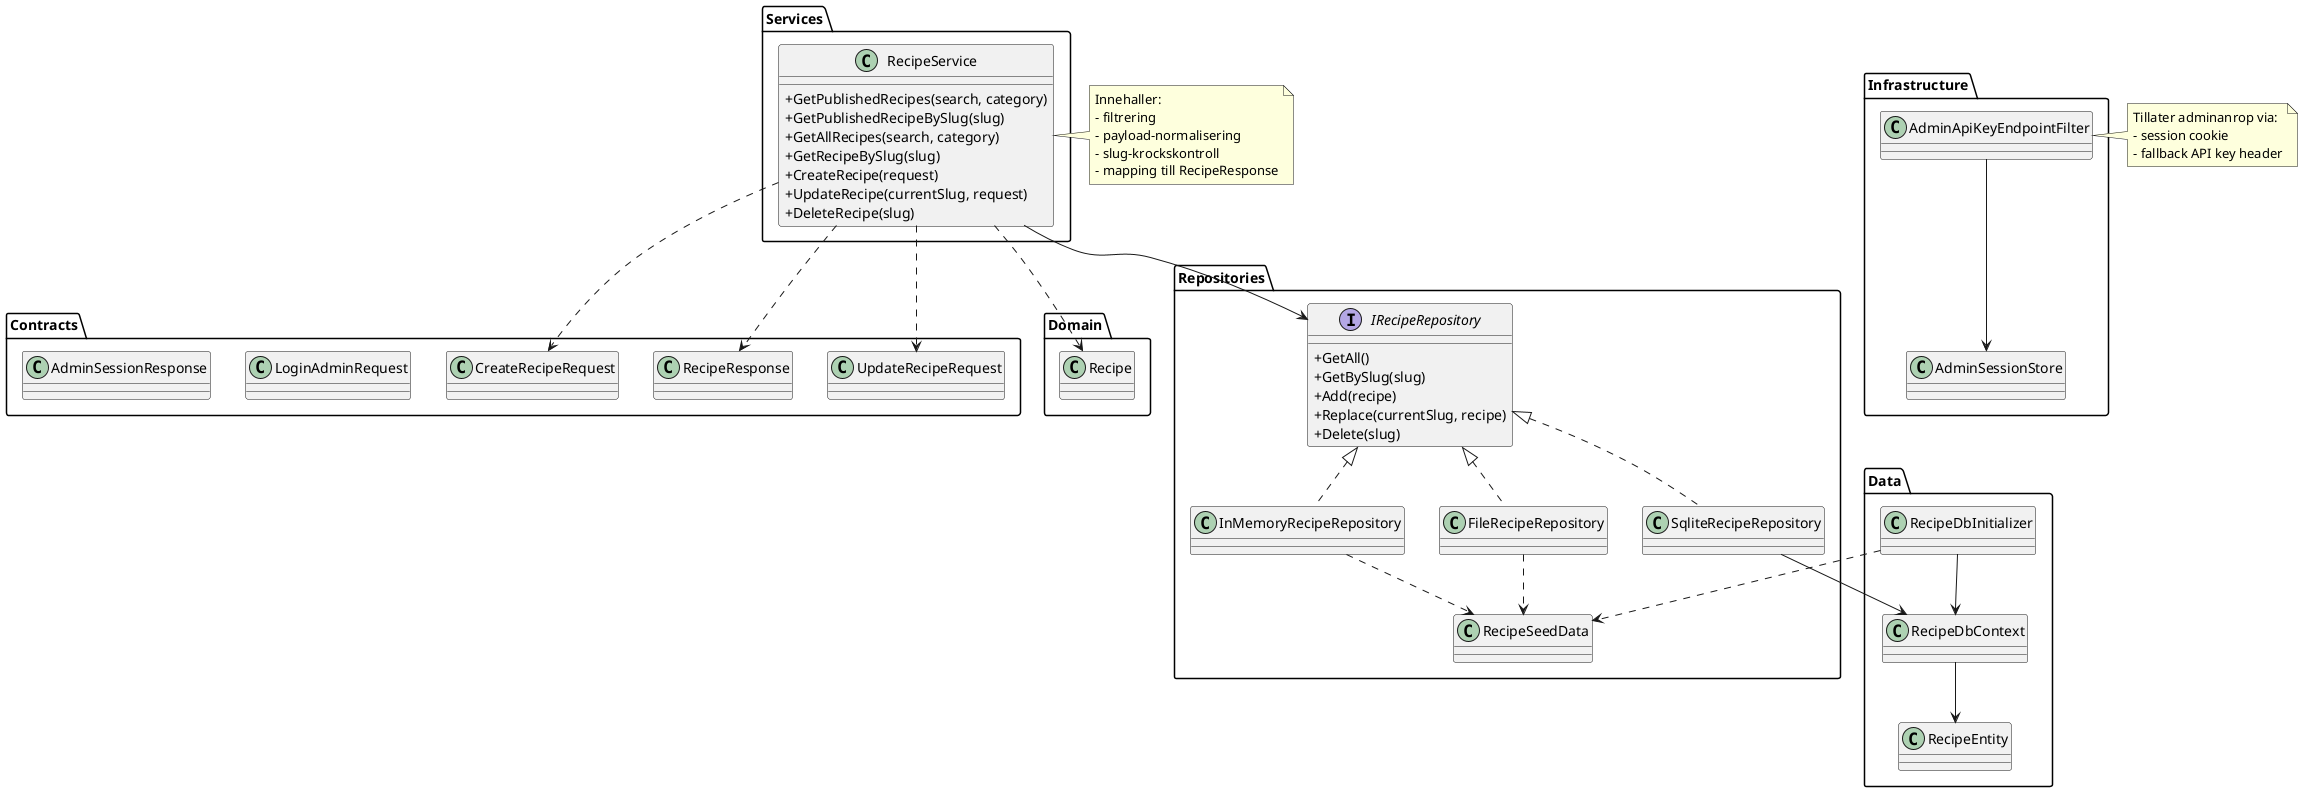
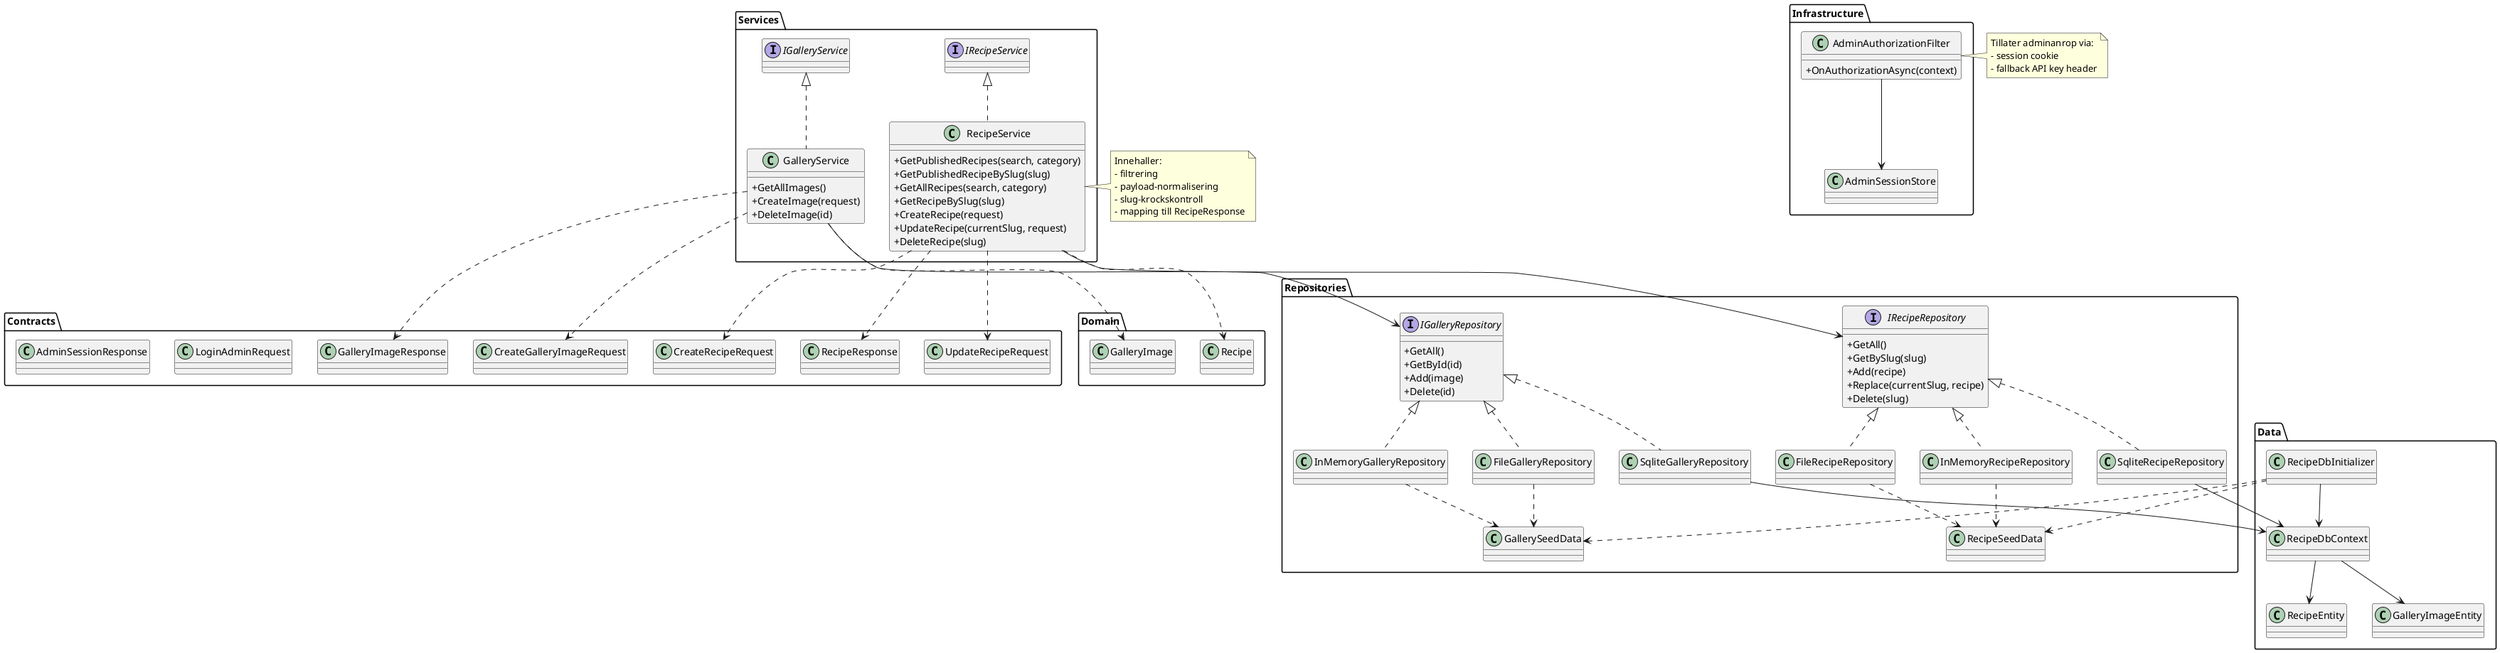
@startuml Backend class overview

skinparam classAttributeIconSize 0

package "Contracts" {
  class CreateRecipeRequest
  class UpdateRecipeRequest
  class RecipeResponse
+   class CreateGalleryImageRequest
+   class GalleryImageResponse
  class LoginAdminRequest
  class AdminSessionResponse
}

package "Domain" {
  class Recipe
+   class GalleryImage
}

package "Services" {
+   interface IRecipeService
  class RecipeService {
    +GetPublishedRecipes(search, category)
    +GetPublishedRecipeBySlug(slug)
    +GetAllRecipes(search, category)
    +GetRecipeBySlug(slug)
    +CreateRecipe(request)
    +UpdateRecipe(currentSlug, request)
    +DeleteRecipe(slug)
  }
+ 
+   interface IGalleryService
+   class GalleryService {
+     +GetAllImages()
+     +CreateImage(request)
+     +DeleteImage(id)
+   }
}

package "Infrastructure" {
-   class AdminApiKeyEndpointFilter
+   class AdminAuthorizationFilter {
+     +OnAuthorizationAsync(context)
+   }
  class AdminSessionStore
}

package "Repositories" {
  interface IRecipeRepository {
    +GetAll()
    +GetBySlug(slug)
    +Add(recipe)
    +Replace(currentSlug, recipe)
    +Delete(slug)
  }

  class InMemoryRecipeRepository
  class FileRecipeRepository
  class SqliteRecipeRepository
  class RecipeSeedData
+ 
+   interface IGalleryRepository {
+     +GetAll()
+     +GetById(id)
+     +Add(image)
+     +Delete(id)
+   }
+ 
+   class InMemoryGalleryRepository
+   class FileGalleryRepository
+   class SqliteGalleryRepository
+   class GallerySeedData
}

package "Data" {
  class RecipeDbContext
  class RecipeDbInitializer
  class RecipeEntity
+   class GalleryImageEntity
}

+ IRecipeService <|.. RecipeService
RecipeService --> IRecipeRepository
RecipeService ..> CreateRecipeRequest
RecipeService ..> UpdateRecipeRequest
RecipeService ..> RecipeResponse
RecipeService ..> Recipe

- AdminApiKeyEndpointFilter --> AdminSessionStore
+ IGalleryService <|.. GalleryService
+ GalleryService --> IGalleryRepository
+ GalleryService ..> CreateGalleryImageRequest
+ GalleryService ..> GalleryImageResponse
+ GalleryService ..> GalleryImage
+ 
+ AdminAuthorizationFilter --> AdminSessionStore

IRecipeRepository <|.. InMemoryRecipeRepository
IRecipeRepository <|.. FileRecipeRepository
IRecipeRepository <|.. SqliteRecipeRepository

+ IGalleryRepository <|.. InMemoryGalleryRepository
+ IGalleryRepository <|.. FileGalleryRepository
+ IGalleryRepository <|.. SqliteGalleryRepository
+ 
InMemoryRecipeRepository ..> RecipeSeedData
FileRecipeRepository ..> RecipeSeedData
SqliteRecipeRepository --> RecipeDbContext
+ InMemoryGalleryRepository ..> GallerySeedData
+ FileGalleryRepository ..> GallerySeedData
+ SqliteGalleryRepository --> RecipeDbContext
RecipeDbInitializer --> RecipeDbContext
RecipeDbInitializer ..> RecipeSeedData
+ RecipeDbInitializer ..> GallerySeedData
RecipeDbContext --> RecipeEntity
+ RecipeDbContext --> GalleryImageEntity

note right of RecipeService
Innehaller:
- filtrering
- payload-normalisering
- slug-krockskontroll
- mapping till RecipeResponse
end note

- note right of AdminApiKeyEndpointFilter
+ note right of AdminAuthorizationFilter
Tillater adminanrop via:
- session cookie
- fallback API key header
end note

@enduml
